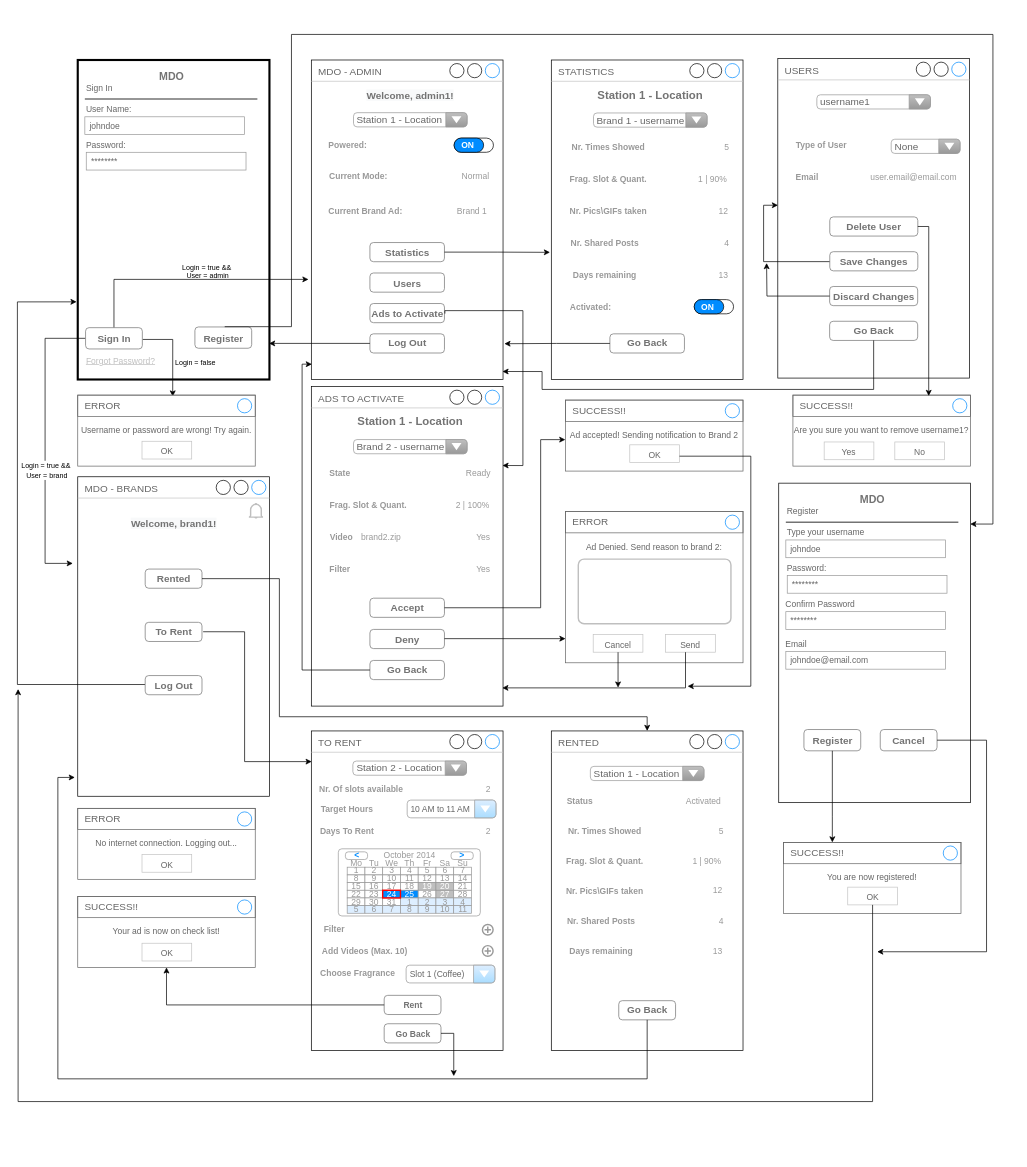
The draw.io diagram page "UserMockups-rc" (2 of 4) of Proj/diags/MDO-Analysis.drawio in ElectroQuanta/MDO, before the edit. Source tidied: cells renumbered, new cells numbered last; positions are measured from the earlier drawing's top-left corner, leaving out a move shared by most shapes. Both pictures are drawn from the tidied source at 71%, with x=0, y=0 at pixel (17, 34).
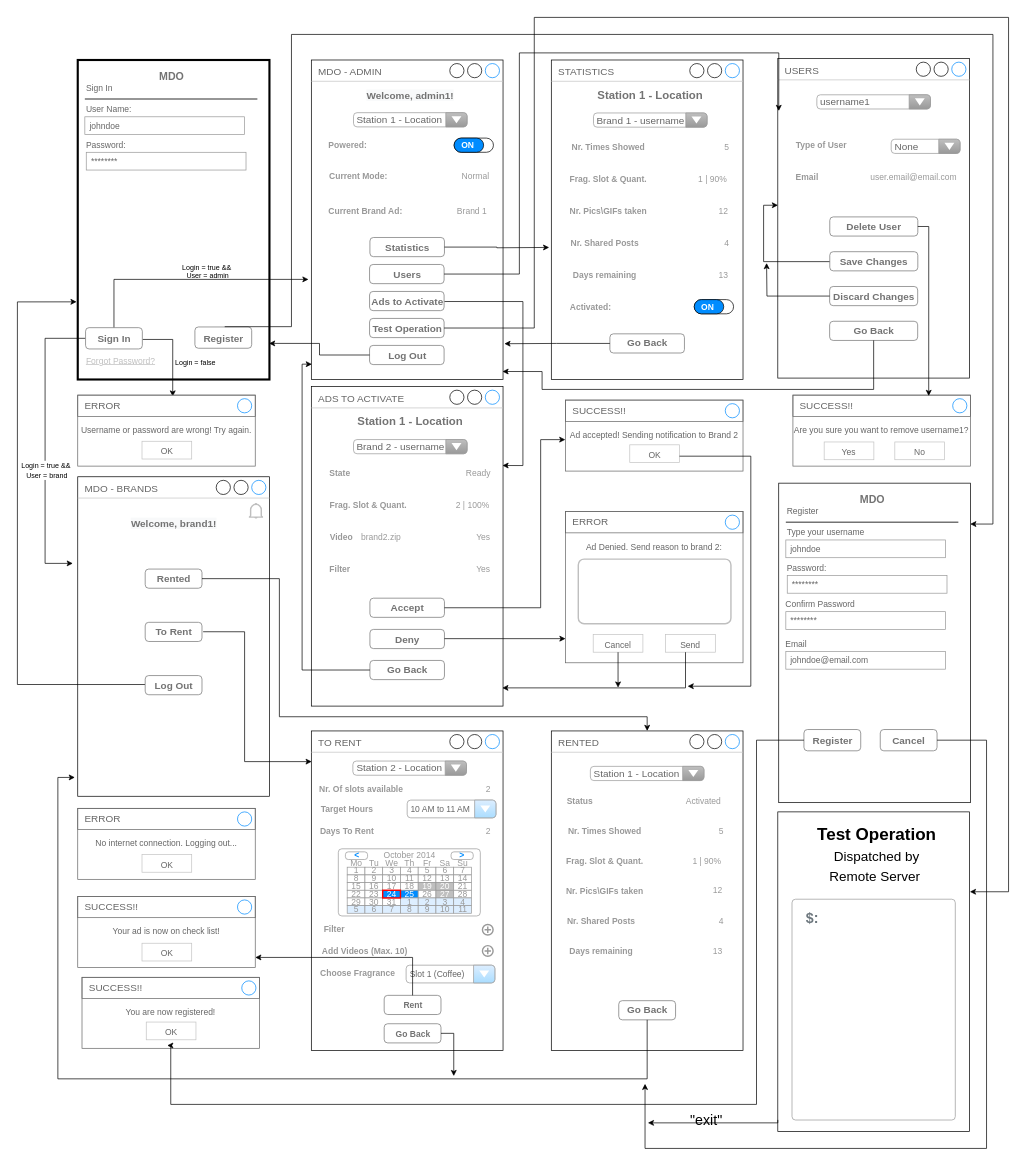
The same page after the edit.

The change refers to these unchanged cells:
```xml
<mxCell id="19" style="group;" parent="1" vertex="1">
  <mxGeometry x="414" y="36" width="270" height="450" as="geometry" />
</mxCell>
<mxCell id="36" value="&lt;font style=&quot;font-size: 14px&quot;&gt;STATISTICS&lt;/font&gt;" style="strokeWidth=1;shadow=0;dashed=0;align=center;html=1;shape=mxgraph.mockup.containers.window;align=left;verticalAlign=top;spacingLeft=8;strokeColor2=#008cff;strokeColor3=#c4c4c4;fontColor=#666666;mainText=;fontSize=17;labelBackgroundColor=none;fillColor=#FFFFFF;" parent="35" vertex="1">
  <mxGeometry width="270" height="450" as="geometry" />
</mxCell>
<mxCell id="55" value="&lt;font style=&quot;font-size: 14px&quot;&gt;ADS TO ACTIVATE&lt;/font&gt;" style="strokeWidth=1;shadow=0;dashed=0;align=center;html=1;shape=mxgraph.mockup.containers.window;align=left;verticalAlign=top;spacingLeft=8;strokeColor2=#008cff;strokeColor3=#c4c4c4;fontColor=#666666;mainText=;fontSize=17;labelBackgroundColor=none;fillColor=#FFFFFF;" parent="54" vertex="1">
  <mxGeometry width="270" height="450" as="geometry" />
</mxCell>
<mxCell id="92" value="&lt;font style=&quot;font-size: 12px&quot;&gt;Your ad is now on check list!&lt;/font&gt;" style="strokeWidth=1;shadow=0;dashed=0;align=center;html=1;shape=mxgraph.mockup.containers.rrect;rSize=0;strokeColor=#666666;fontColor=#666666;fontSize=17;verticalAlign=top;whiteSpace=wrap;fillColor=#ffffff;spacingTop=32;" parent="1" vertex="1">
  <mxGeometry x="85" y="1214" width="250" height="100" as="geometry" />
</mxCell>
<mxCell id="114" value="&lt;font style=&quot;font-size: 12px&quot;&gt;Go Back&lt;/font&gt;" style="strokeWidth=1;shadow=0;dashed=0;align=center;html=1;shape=mxgraph.mockup.forms.rrect;rSize=5;strokeColor=#737373;fontColor=#737373;fillColor=#FFFFFF;fontSize=14;fontStyle=1;flipH=0;" parent="109" vertex="1">
  <mxGeometry x="102.6" y="412.4" width="80" height="27" as="geometry" />
</mxCell>
<mxCell id="118" value="&lt;font style=&quot;font-size: 12px&quot;&gt;Rent&lt;/font&gt;" style="strokeWidth=1;shadow=0;dashed=0;align=center;html=1;shape=mxgraph.mockup.forms.rrect;rSize=5;strokeColor=#737373;fontColor=#737373;fillColor=#FFFFFF;fontSize=14;fontStyle=1;flipH=0;" parent="109" vertex="1">
  <mxGeometry x="102.6" y="372.4" width="80" height="27" as="geometry" />
</mxCell>
<mxCell id="202" value="&lt;font style=&quot;font-size: 14px&quot;&gt;USERS&lt;/font&gt;" style="strokeWidth=1;shadow=0;dashed=0;align=center;html=1;shape=mxgraph.mockup.containers.window;align=left;verticalAlign=top;spacingLeft=8;strokeColor2=#008cff;strokeColor3=#c4c4c4;fontColor=#666666;mainText=;fontSize=17;labelBackgroundColor=none;fillColor=#FFFFFF;" parent="201" vertex="1">
  <mxGeometry width="270" height="450" as="geometry" />
</mxCell>
<mxCell id="229" value="&lt;font style=&quot;font-size: 14px&quot;&gt;Register&lt;/font&gt;" style="strokeWidth=1;shadow=0;dashed=0;align=center;html=1;shape=mxgraph.mockup.forms.rrect;rSize=5;strokeColor=#737373;fontColor=#737373;fillColor=#FFFFFF;fontSize=16;fontStyle=1;" parent="221" vertex="1">
  <mxGeometry x="35.5" y="347" width="80" height="30" as="geometry" />
</mxCell>
<mxCell id="234" value="&lt;font style=&quot;font-size: 14px&quot;&gt;Cancel&lt;/font&gt;" style="strokeWidth=1;shadow=0;dashed=0;align=center;html=1;shape=mxgraph.mockup.forms.rrect;rSize=5;strokeColor=#737373;fontColor=#737373;fillColor=#FFFFFF;fontSize=16;fontStyle=1;" parent="221" vertex="1">
  <mxGeometry x="143" y="347" width="80" height="30" as="geometry" />
</mxCell>
<mxCell id="236" value="&lt;font style=&quot;font-size: 14px&quot;&gt;SUCCESS!!&lt;/font&gt;" style="strokeWidth=1;shadow=0;dashed=0;align=center;html=1;shape=mxgraph.mockup.containers.rrect;rSize=0;fontSize=17;fontColor=#666666;strokeColor=#666666;align=left;spacingLeft=8;fillColor=none;" parent="235" vertex="1">
  <mxGeometry width="250" height="30" relative="1" as="geometry" />
</mxCell>
<mxCell id="238" value="&lt;font style=&quot;font-size: 12px&quot;&gt;OK&lt;/font&gt;" style="strokeWidth=1;shadow=0;dashed=0;align=center;html=1;shape=mxgraph.mockup.containers.rrect;rSize=0;fontSize=16;fontColor=#666666;strokeColor=#c4c4c4;whiteSpace=wrap;fillColor=none;" parent="235" vertex="1">
  <mxGeometry x="0.75" y="1" width="70" height="25" relative="1" as="geometry">
    <mxPoint x="-97" y="-37" as="offset" />
  </mxGeometry>
</mxCell>
```

The edit, as a diff of the source:
```diff
@@
     <mxCell id="21" value="Log Out" style="strokeWidth=1;shadow=0;dashed=0;align=center;html=1;shape=mxgraph.mockup.forms.rrect;rSize=5;strokeColor=#737373;fontColor=#737373;fillColor=#FFFFFF;fontSize=14;fontStyle=1;flipH=0;" parent="19" vertex="1">
-      <mxGeometry x="82.5" y="385.7" width="105" height="27" as="geometry" />
+      <mxGeometry x="82" y="402" width="105" height="27" as="geometry" />
     </mxCell>
@@
     <mxCell id="27" value="&lt;font style=&quot;font-size: 14px&quot;&gt;Ads to Activate&lt;/font&gt;" style="strokeWidth=1;shadow=0;dashed=0;align=center;html=1;shape=mxgraph.mockup.forms.rrect;rSize=5;strokeColor=#737373;fontColor=#737373;fillColor=#FFFFFF;fontSize=16;fontStyle=1;flipH=0;" parent="19" vertex="1">
-      <mxGeometry x="82.5" y="343" width="105" height="27" as="geometry" />
+      <mxGeometry x="82" y="326" width="105" height="27" as="geometry" />
     </mxCell>
     <mxCell id="28" value="Statistics" style="strokeWidth=1;shadow=0;dashed=0;align=center;html=1;shape=mxgraph.mockup.forms.rrect;rSize=5;strokeColor=#737373;fontColor=#737373;fillColor=#FFFFFF;fontSize=14;fontStyle=1;flipH=0;" parent="19" vertex="1">
-      <mxGeometry x="82.5" y="257.1" width="105" height="27" as="geometry" />
+      <mxGeometry x="82.5" y="250" width="105" height="27" as="geometry" />
     </mxCell>
@@
     <mxCell id="34" value="&lt;font style=&quot;font-size: 14px&quot;&gt;Users&lt;/font&gt;" style="strokeWidth=1;shadow=0;dashed=0;align=center;html=1;shape=mxgraph.mockup.forms.rrect;rSize=5;strokeColor=#737373;fontColor=#737373;fillColor=#FFFFFF;fontSize=16;fontStyle=1;flipH=0;" parent="19" vertex="1">
-      <mxGeometry x="82.5" y="300" width="105" height="27" as="geometry" />
+      <mxGeometry x="82" y="288" width="105" height="27" as="geometry" />
     </mxCell>
+    <mxCell id="243" value="&lt;font style=&quot;font-size: 14px&quot;&gt;Test Operation&lt;/font&gt;" style="strokeWidth=1;shadow=0;dashed=0;align=center;html=1;shape=mxgraph.mockup.forms.rrect;rSize=5;strokeColor=#737373;fontColor=#737373;fillColor=#FFFFFF;fontSize=16;fontStyle=1;flipH=0;" parent="19" vertex="1">
+      <mxGeometry x="82" y="364" width="105" height="27" as="geometry" />
+    </mxCell>
@@
-    <mxCell id="100" style="edgeStyle=orthogonalEdgeStyle;rounded=0;jettySize=auto;html=1;fontSize=10;entryX=-0.007;entryY=0.602;entryDx=0;entryDy=0;entryPerimeter=0;" parent="1" edge="1" source="28" target="36">
-      <mxGeometry relative="1" as="geometry" />
+    <mxCell id="100" style="edgeStyle=orthogonalEdgeStyle;rounded=0;jettySize=auto;html=1;fontSize=10;" parent="1" edge="1" source="28">
+      <mxGeometry relative="1" as="geometry">
+        <mxPoint x="749" y="300" as="targetPoint" />
+      </mxGeometry>
     </mxCell>
@@
     <mxCell id="103" style="edgeStyle=orthogonalEdgeStyle;rounded=0;jettySize=auto;html=1;entryX=0.997;entryY=0.247;entryDx=0;entryDy=0;entryPerimeter=0;fontSize=10;exitX=1.006;exitY=0.525;exitDx=0;exitDy=0;exitPerimeter=0;" parent="1" edge="1" source="27" target="55">
       <mxGeometry relative="1" as="geometry">
         <Array as="points">
-          <mxPoint x="602" y="389" />
-          <mxPoint x="712" y="389" />
+          <mxPoint x="712" y="376" />
           <mxPoint x="712" y="607" />
         </Array>
       </mxGeometry>
     </mxCell>
@@
     <mxCell id="196" style="edgeStyle=orthogonalEdgeStyle;rounded=0;jettySize=auto;html=1;fontSize=10;" parent="1" edge="1" source="118" target="92">
-      <mxGeometry relative="1" as="geometry" />
+      <mxGeometry relative="1" as="geometry">
+        <Array as="points">
+          <mxPoint x="557" y="1300" />
+        </Array>
+      </mxGeometry>
     </mxCell>
@@
     <mxCell id="200" style="edgeStyle=orthogonalEdgeStyle;rounded=0;jettySize=auto;html=1;" parent="1" edge="1" source="114">
       <mxGeometry relative="1" as="geometry">
-        <mxPoint x="614.6" y="1467.2" as="targetPoint" />
+        <mxPoint x="614.6" y="1467.1" as="targetPoint" />
         <Array as="points">
           <mxPoint x="615" y="1407" />
         </Array>
       </mxGeometry>
     </mxCell>
@@
     <mxCell id="235" value="&lt;span style=&quot;font-size: 12px&quot;&gt;You are now registered!&lt;/span&gt;" style="strokeWidth=1;shadow=0;dashed=0;align=center;html=1;shape=mxgraph.mockup.containers.rrect;rSize=0;strokeColor=#666666;fontColor=#666666;fontSize=17;verticalAlign=top;whiteSpace=wrap;fillColor=#ffffff;spacingTop=32;" parent="1" vertex="1">
-      <mxGeometry x="1079" y="1138" width="250" height="100" as="geometry" />
+      <mxGeometry x="91" y="1328" width="250" height="100" as="geometry" />
     </mxCell>
@@
-    <mxCell id="239" style="edgeStyle=orthogonalEdgeStyle;rounded=0;jettySize=auto;html=1;" parent="235" edge="1" source="238">
-      <mxGeometry relative="1" as="geometry">
-        <mxPoint x="-1078" y="-216" as="targetPoint" />
-        <Array as="points">
-          <mxPoint x="126" y="365" />
-          <mxPoint x="-1078" y="365" />
-        </Array>
-      </mxGeometry>
-    </mxCell>
-    <mxCell id="240" style="edgeStyle=orthogonalEdgeStyle;rounded=0;jettySize=auto;html=1;" parent="1" edge="1" source="229" target="236">
+    <mxCell id="240" style="edgeStyle=orthogonalEdgeStyle;rounded=0;jettySize=auto;html=1;" parent="1" edge="1" source="229">
       <mxGeometry relative="1" as="geometry">
+        <mxPoint x="211" y="1424" as="targetPoint" />
         <Array as="points">
-          <mxPoint x="1148" y="1101" />
-          <mxPoint x="1148" y="1101" />
+          <mxPoint x="1041" y="994" />
+          <mxPoint x="1041" y="1507" />
+          <mxPoint x="216" y="1507" />
+          <mxPoint x="216" y="1424" />
         </Array>
       </mxGeometry>
     </mxCell>
     <mxCell id="241" style="edgeStyle=orthogonalEdgeStyle;rounded=0;jettySize=auto;html=1;" parent="1" edge="1" source="234">
       <mxGeometry relative="1" as="geometry">
-        <mxPoint x="1211" y="1292" as="targetPoint" />
+        <mxPoint x="884" y="1478" as="targetPoint" />
         <Array as="points">
           <mxPoint x="1365" y="994" />
-          <mxPoint x="1365" y="1292" />
+          <mxPoint x="1365" y="1569" />
+          <mxPoint x="884" y="1569" />
         </Array>
       </mxGeometry>
     </mxCell>
@@
+    <mxCell id="244" style="strokeWidth=1;shadow=0;dashed=0;align=center;html=1;shape=mxgraph.mockup.forms.rrect;rSize=0;strokeColor=#000000;fillColor=#ffffff;verticalAlign=top;fontColor=#737373;" parent="1" vertex="1">
+      <mxGeometry x="1071" y="1095" width="270" height="450" as="geometry" />
+    </mxCell>
+    <mxCell id="245" value="Test Operation&lt;br&gt;&lt;font style=&quot;font-size: 19px&quot;&gt;&lt;span style=&quot;font-weight: normal&quot;&gt;Dispatched by &lt;br&gt;Remote Server&lt;/span&gt;&amp;nbsp;&lt;/font&gt;" style="text;strokeColor=none;fillColor=none;html=1;fontSize=24;fontStyle=1;verticalAlign=middle;align=center;" parent="244" vertex="1">
+      <mxGeometry x="89.4" y="41" width="100" height="40" as="geometry" />
+    </mxCell>
+    <mxCell id="246" value="&lt;font style=&quot;font-size: 20px&quot;&gt;$:&lt;/font&gt;" style="html=1;shadow=0;dashed=0;shape=mxgraph.bootstrap.rrect;rSize=5;strokeColor=#999999;strokeWidth=1;fillColor=#FFFFFF;fontColor=#6C767D;whiteSpace=wrap;align=left;verticalAlign=top;spacingLeft=10;fontSize=12;spacing=10;fontStyle=1;" parent="244" vertex="1">
+      <mxGeometry x="20" y="123" width="230" height="311" as="geometry" />
+    </mxCell>
+    <mxCell id="247" style="edgeStyle=orthogonalEdgeStyle;rounded=0;jettySize=auto;html=1;entryX=0.005;entryY=0.164;entryDx=0;entryDy=0;entryPerimeter=0;fontSize=20;" parent="1" edge="1" source="34" target="202">
+      <mxGeometry relative="1" as="geometry">
+        <Array as="points">
+          <mxPoint x="707" y="338" />
+          <mxPoint x="707" y="26" />
+          <mxPoint x="1072" y="26" />
+        </Array>
+      </mxGeometry>
+    </mxCell>
+    <mxCell id="248" style="edgeStyle=orthogonalEdgeStyle;rounded=0;jettySize=auto;html=1;entryX=1.002;entryY=0.25;entryDx=0;entryDy=0;entryPerimeter=0;fontSize=20;" parent="1" edge="1" source="243" target="244">
+      <mxGeometry relative="1" as="geometry">
+        <Array as="points">
+          <mxPoint x="728" y="414" />
+          <mxPoint x="728" y="-24" />
+          <mxPoint x="1396" y="-24" />
+          <mxPoint x="1396" y="1208" />
+        </Array>
+      </mxGeometry>
+    </mxCell>
+    <mxCell id="249" style="edgeStyle=orthogonalEdgeStyle;rounded=0;jettySize=auto;html=1;fontSize=20;exitX=0;exitY=0.964;exitDx=0;exitDy=0;exitPerimeter=0;" parent="1" edge="1" source="244">
+      <mxGeometry relative="1" as="geometry">
+        <mxPoint x="888" y="1533" as="targetPoint" />
+        <Array as="points">
+          <mxPoint x="1071" y="1533" />
+        </Array>
+      </mxGeometry>
+    </mxCell>
+    <mxCell id="250" value="&quot;exit&quot;" style="text;html=1;align=center;verticalAlign=middle;strokeColor=none;fillColor=none;fontSize=20;" parent="1" vertex="1">
+      <mxGeometry x="942" y="1514" width="56" height="28" as="geometry" />
+    </mxCell>
```
